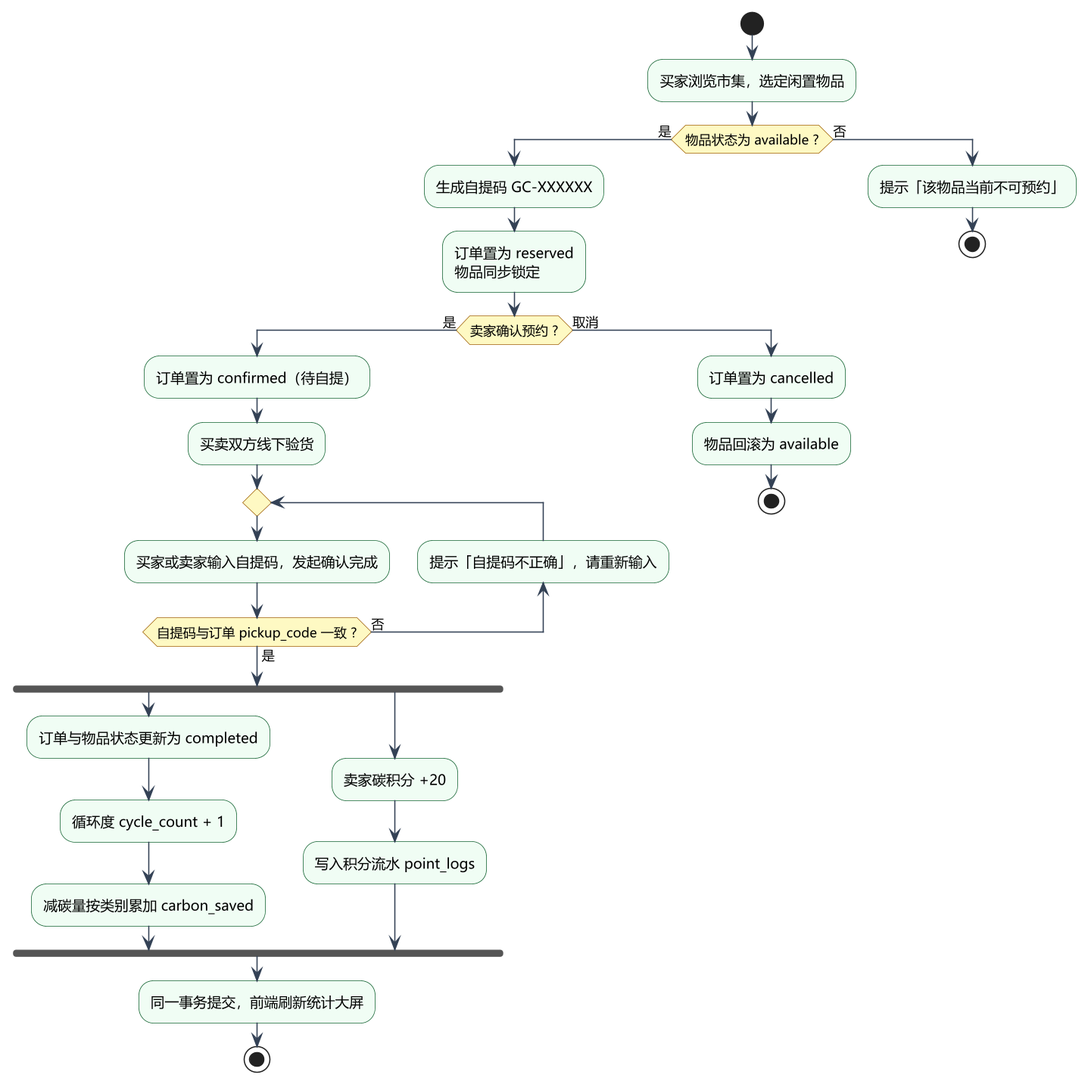
The PlantUML diagram docs/reports/assets/activity.png in dogflydream/software-require-project-exam1, before a commit.
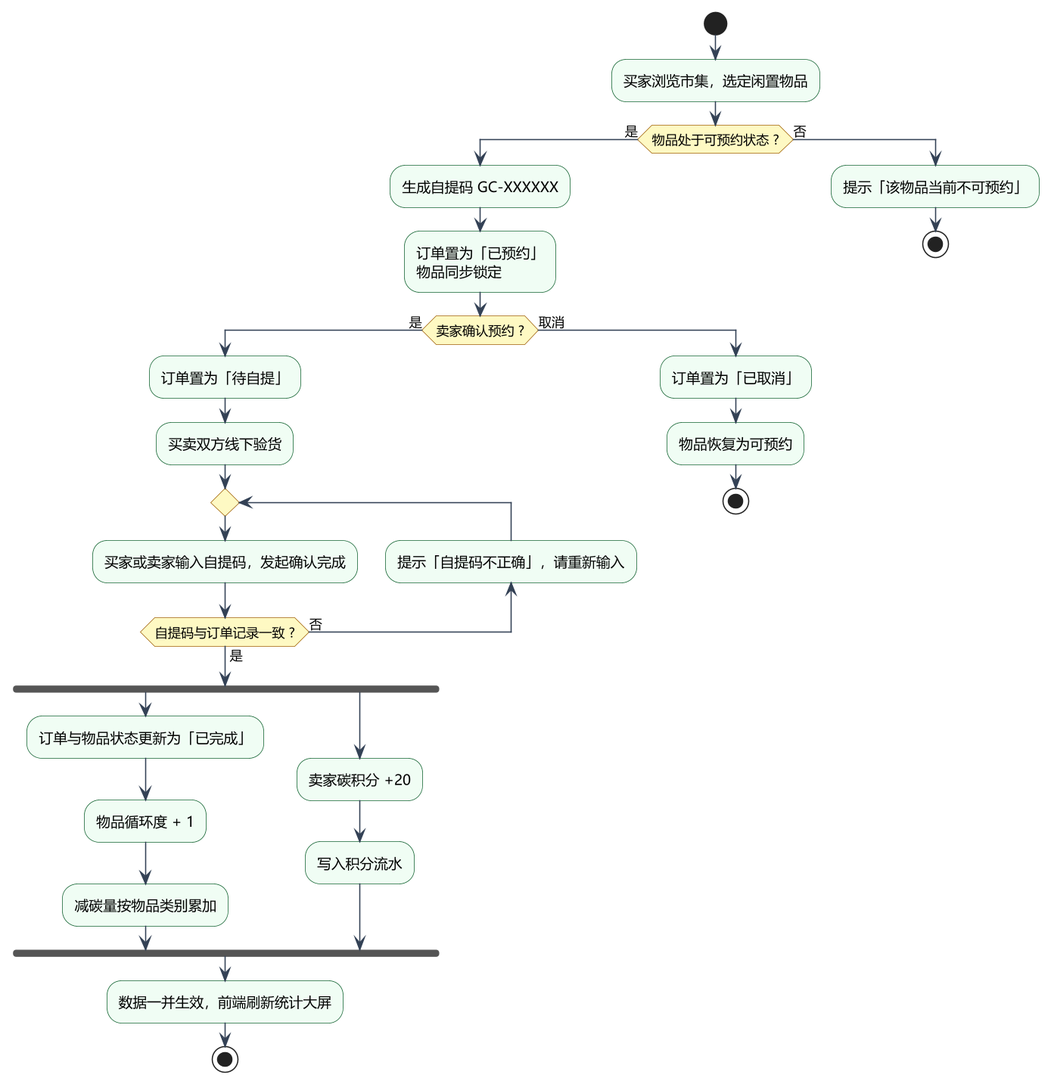
The same diagram one commit later.

The edit, as a diff of the source:
```diff
@@ -12,29 +12,29 @@
 }
 start
 :买家浏览市集，选定闲置物品;
-if (物品状态为 available ?) then (是)
+if (物品处于可预约状态 ?) then (是)
   :生成自提码 GC-XXXXXX;
-  :订单置为 reserved\n物品同步锁定;
+  :订单置为「已预约」\n物品同步锁定;
   if (卖家确认预约 ?) then (是)
-    :订单置为 confirmed（待自提）;
+    :订单置为「待自提」;
     :买卖双方线下验货;
     repeat
       :买家或卖家输入自提码，发起确认完成;
       backward :提示「自提码不正确」，请重新输入;
-    repeat while (自提码与订单 pickup_code 一致 ?) is (否) not (是)
+    repeat while (自提码与订单记录一致 ?) is (否) not (是)
     fork
-      :订单与物品状态更新为 completed;
-      :循环度 cycle_count + 1;
-      :减碳量按类别累加 carbon_saved;
+      :订单与物品状态更新为「已完成」;
+      :物品循环度 + 1;
+      :减碳量按物品类别累加;
     fork again
       :卖家碳积分 +20;
-      :写入积分流水 point_logs;
+      :写入积分流水;
     end fork
-    :同一事务提交，前端刷新统计大屏;
+    :数据一并生效，前端刷新统计大屏;
     stop
   else (取消)
-    :订单置为 cancelled;
-    :物品回滚为 available;
+    :订单置为「已取消」;
+    :物品恢复为可预约;
     stop
   endif
 else (否)
```
